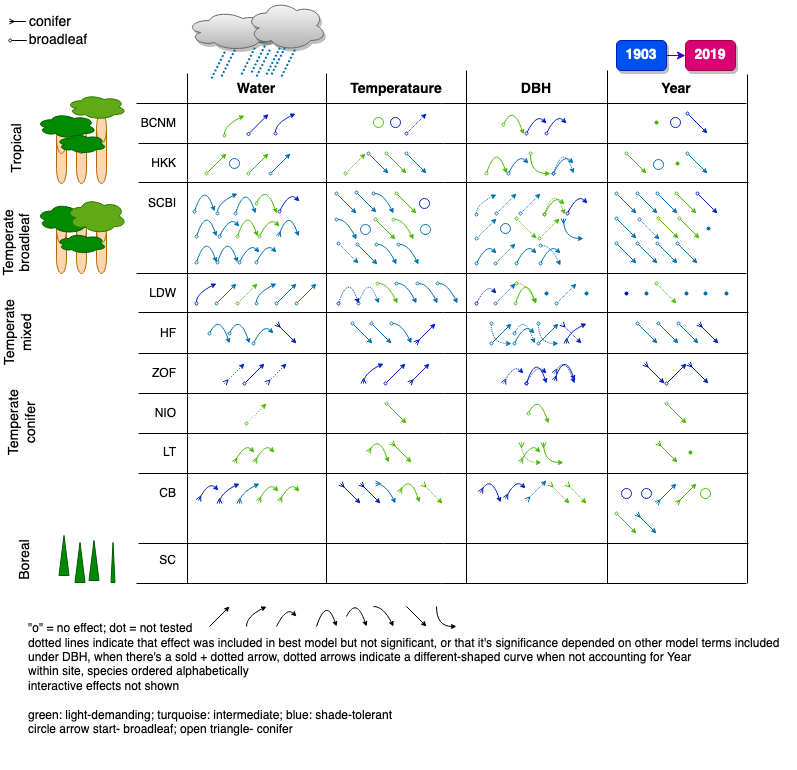
The draw.io diagram doc/manuscript/tables_figures/SummaryFigure.png in EcoClimLab/ForestGEO-tree-rings, before a commit. Source tidied: cells renumbered, new cells last; positions are measured from the earlier drawing's top-left corner, leaving out a move shared by most shapes.
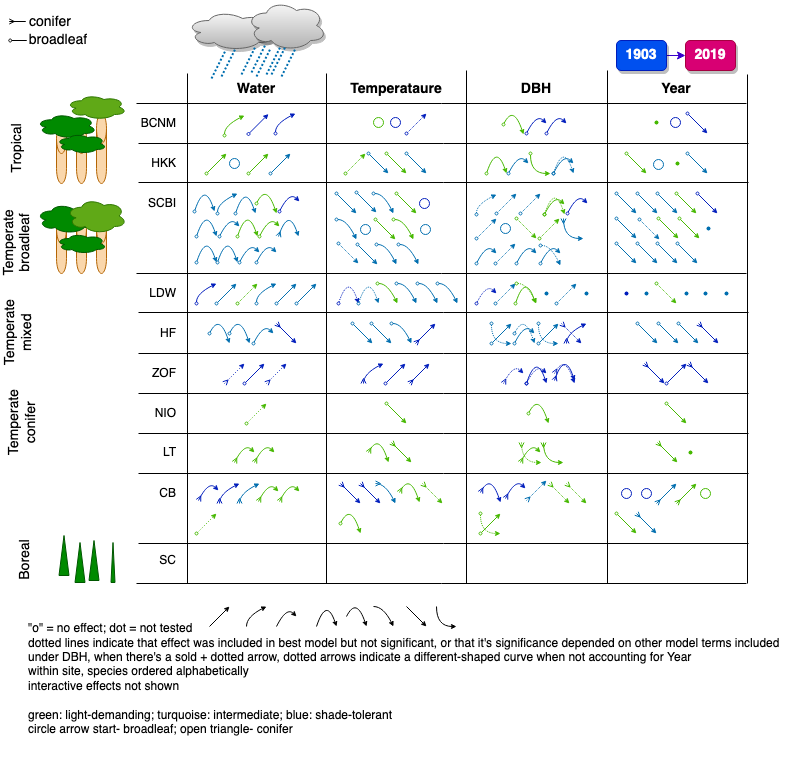
After the change.

Change to the diagram source:
```diff
@@ -1613,5 +1613,35 @@
         </Array>
       </mxGeometry>
     </mxCell>
+    <mxCell id="261" style="curved=1;endArrow=classic;html=1;endSize=3;dashed=1;dashPattern=1 1;strokeColor=#46B800;startArrow=oval;startFill=0;startSize=3;" parent="1" edge="1">
+      <mxGeometry relative="1" as="geometry">
+        <mxPoint x="496" y="513" as="sourcePoint" />
+        <mxPoint x="516" y="533" as="targetPoint" />
+        <Array as="points">
+          <mxPoint x="496" y="533" />
+        </Array>
+      </mxGeometry>
+    </mxCell>
+    <mxCell id="262" style="endArrow=classic;html=1;endSize=3;startArrow=oval;startFill=0;startSize=3;strokeColor=#46B800;" parent="1" edge="1">
+      <mxGeometry relative="1" as="geometry">
+        <mxPoint x="496" y="533" as="sourcePoint" />
+        <mxPoint x="516" y="513" as="targetPoint" />
+      </mxGeometry>
+    </mxCell>
+    <mxCell id="263" style="curved=1;endArrow=classic;html=1;endSize=3;strokeColor=#46B800;startArrow=oval;startFill=0;startSize=3;" parent="1" edge="1">
+      <mxGeometry relative="1" as="geometry">
+        <mxPoint x="356" y="523" as="sourcePoint" />
+        <mxPoint x="376" y="533" as="targetPoint" />
+        <Array as="points">
+          <mxPoint x="366" y="503" />
+        </Array>
+      </mxGeometry>
+    </mxCell>
+    <mxCell id="264" style="endArrow=classic;html=1;dashed=1;dashPattern=1 2;endSize=3;fillColor=#60a917;startArrow=oval;startFill=0;startSize=3;strokeColor=#46B800;" parent="1" edge="1">
+      <mxGeometry relative="1" as="geometry">
+        <mxPoint x="212" y="533" as="sourcePoint" />
+        <mxPoint x="232" y="513" as="targetPoint" />
+      </mxGeometry>
+    </mxCell>
   </root>
 </mxGraphModel>
```
